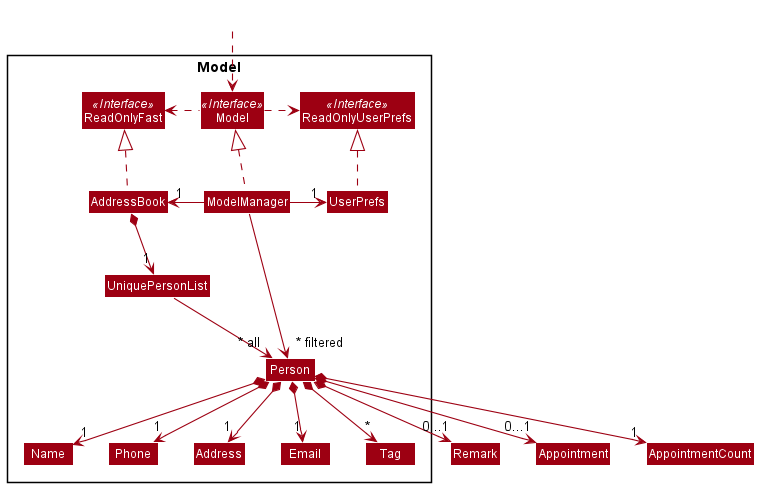
The PlantUML diagram docs/images/ModelClassDiagram.png in nus-cs2103-AY2122S1/tp, before a commit.
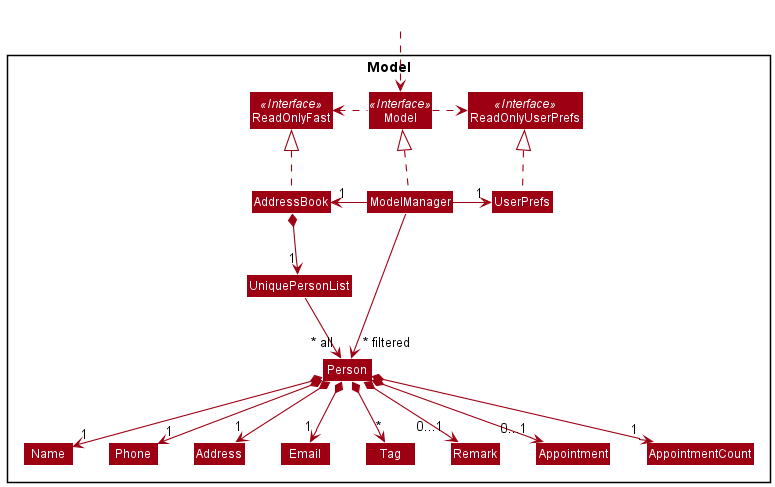
After the commit.

The edit, as a diff of the source:
```diff
@@ -23,6 +23,9 @@
 Class Name
 Class Phone
 Class Tag
+Class Remark
+Class Appointment
+Class AppointmentCount
 
 }
 
```
